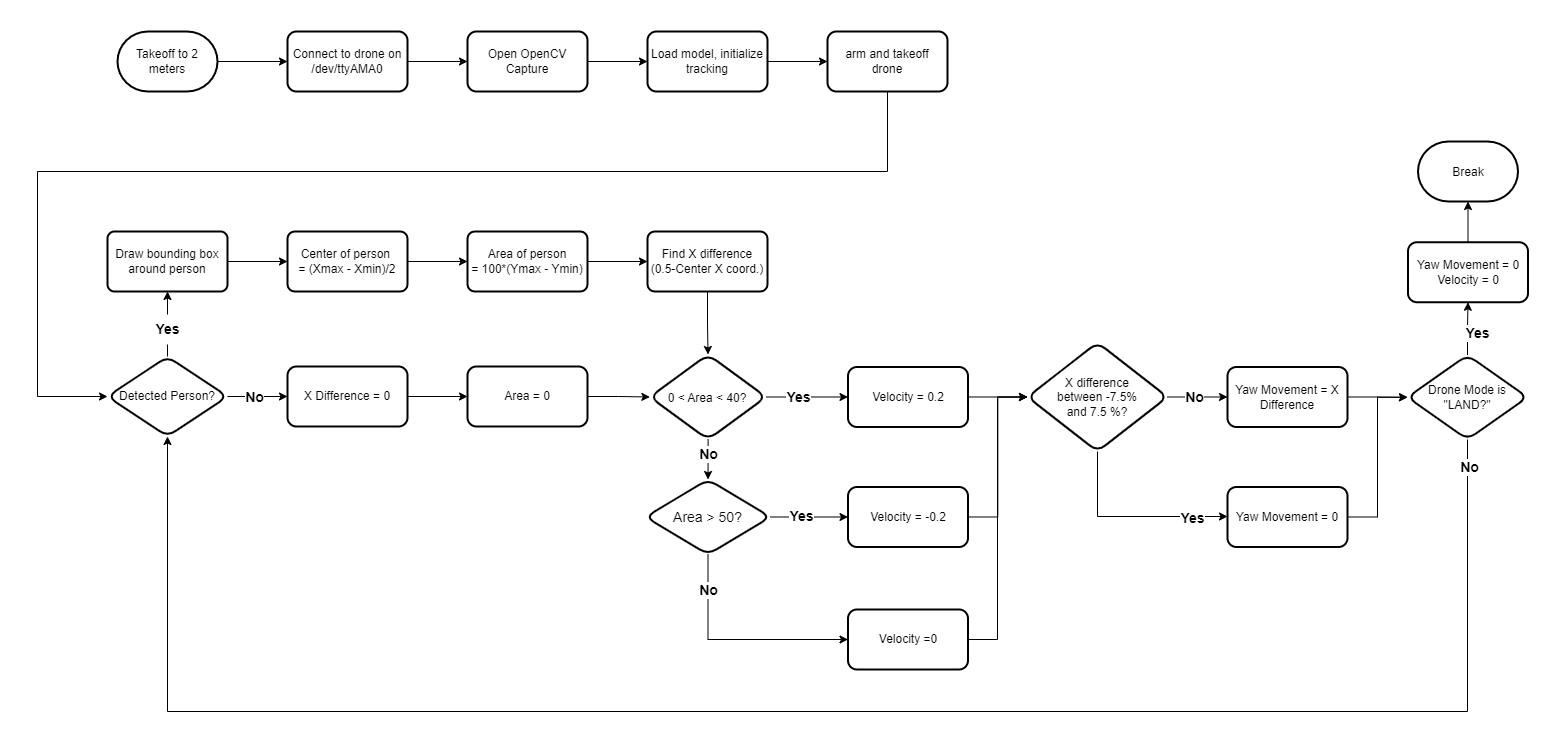
tommyzhng/person-tracking-drone keeps this draw.io diagram as Videos and Pictures/readme gifs/person tracking flowchart.png. Above is the earlier version. Source tidied: cells renumbered, new cells last; positions are measured from the earlier drawing's top-left corner, leaving out a move shared by most shapes.
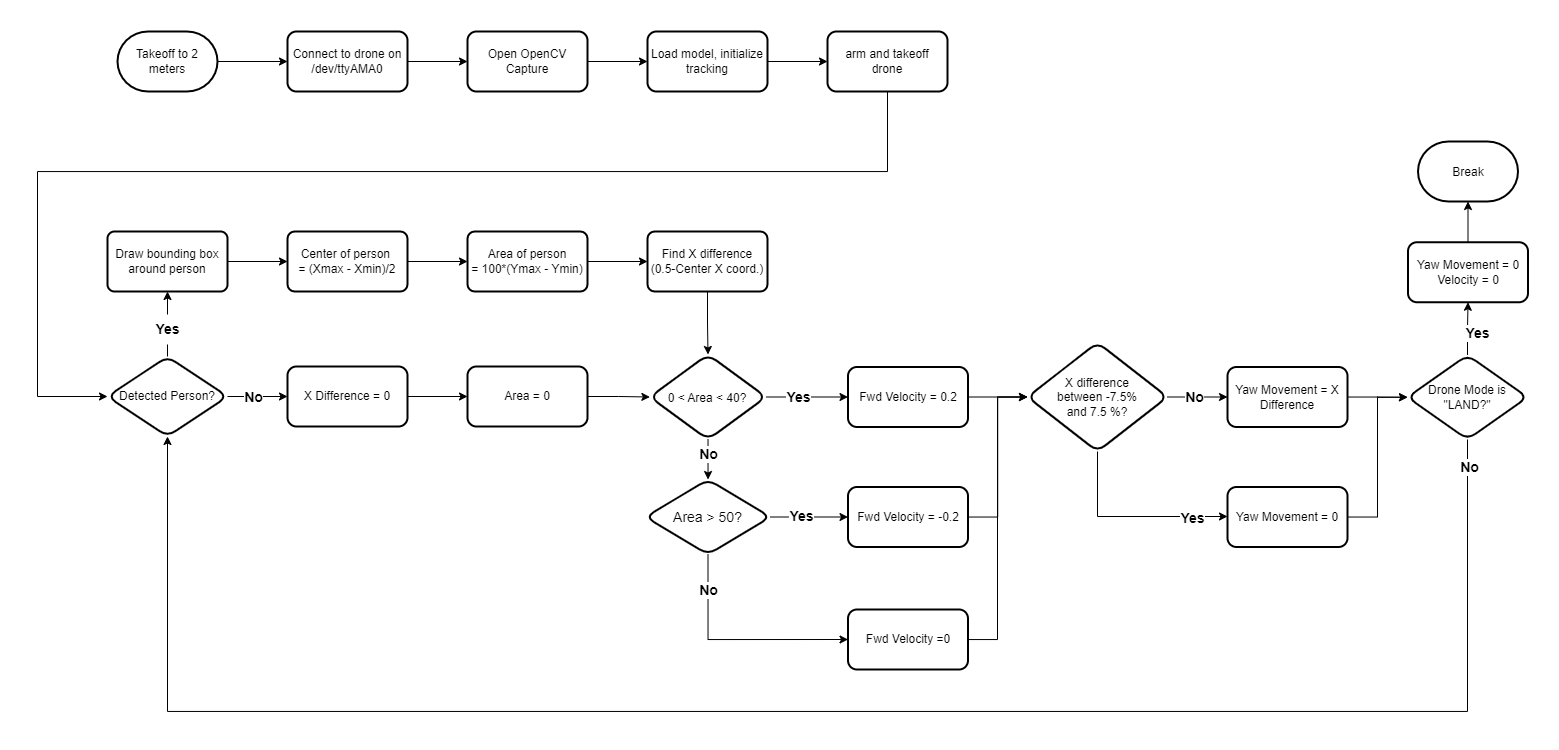
After the commit.

What changed in the source:
```diff
@@ -133,13 +133,13 @@
     <mxCell id="40" style="edgeStyle=orthogonalEdgeStyle;rounded=0;jettySize=auto;html=1;fontSize=14;" parent="1" edge="1" source="41" target="50">
       <mxGeometry relative="1" as="geometry" />
     </mxCell>
-    <mxCell id="41" value="Velocity = 0.2" style="rounded=1;whiteSpace=wrap;html=1;fontSize=12;strokeWidth=2;" parent="1" vertex="1">
+    <mxCell id="41" value="Fwd Velocity = 0.2" style="rounded=1;whiteSpace=wrap;html=1;fontSize=12;strokeWidth=2;" parent="1" vertex="1">
       <mxGeometry x="810.5" y="335.5" width="120" height="60" as="geometry" />
     </mxCell>
     <mxCell id="42" style="edgeStyle=orthogonalEdgeStyle;rounded=0;jettySize=auto;html=1;entryX=0;entryY=0.5;entryDx=0;entryDy=0;fontSize=14;" parent="1" edge="1" source="43" target="50">
       <mxGeometry relative="1" as="geometry" />
     </mxCell>
-    <mxCell id="43" value="Velocity = -0.2" style="rounded=1;whiteSpace=wrap;html=1;strokeWidth=2;" parent="1" vertex="1">
+    <mxCell id="43" value="Fwd Velocity = -0.2" style="rounded=1;whiteSpace=wrap;html=1;strokeWidth=2;" parent="1" vertex="1">
       <mxGeometry x="810.5" y="455.5" width="120" height="60" as="geometry" />
     </mxCell>
     <mxCell id="44" style="edgeStyle=orthogonalEdgeStyle;rounded=0;jettySize=auto;html=1;fontSize=14;entryX=0;entryY=0.5;entryDx=0;entryDy=0;verticalAlign=middle;endArrow=open;endFill=0;" parent="1" edge="1" source="45" target="50">
@@ -150,7 +150,7 @@
         </Array>
       </mxGeometry>
     </mxCell>
-    <mxCell id="45" value="Velocity =0" style="rounded=1;whiteSpace=wrap;html=1;strokeWidth=2;" parent="1" vertex="1">
+    <mxCell id="45" value="Fwd Velocity =0" style="rounded=1;whiteSpace=wrap;html=1;strokeWidth=2;" parent="1" vertex="1">
       <mxGeometry x="810.5" y="578" width="120" height="60" as="geometry" />
     </mxCell>
     <mxCell id="46" style="edgeStyle=orthogonalEdgeStyle;rounded=0;jettySize=auto;html=1;fontSize=14;endArrow=classic;endFill=1;" parent="1" edge="1" source="50" target="52">
```
